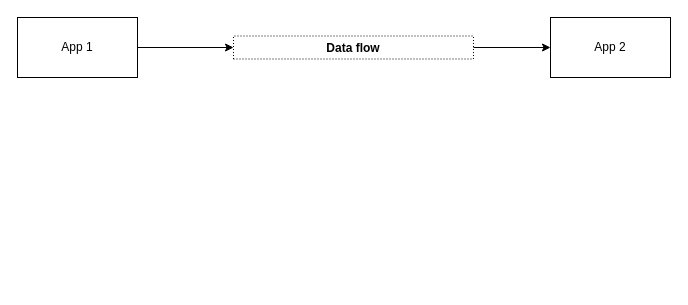
This is Untitled Diagram.drawio from SlavaVedernikov/tshirtmaker, a draw.io file, before an edit. Source tidied: cells renumbered, new cells numbered last; positions are measured from the earlier drawing's top-left corner, leaving out a move shared by most shapes. Both pictures are drawn from the tidied source at 100%, with x=0, y=0 at pixel (17, 17).
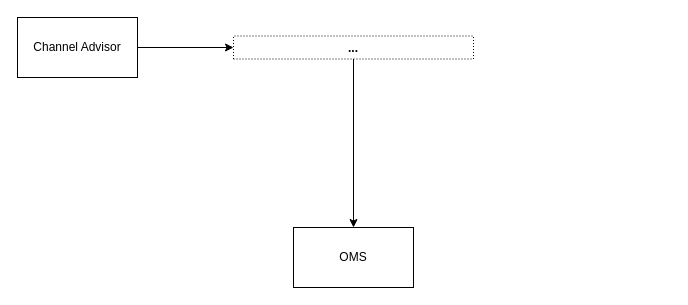
Above is the later version.

Diff of the diagram source:
```diff
@@
 <mxGraphModel>
   <root>
     <mxCell id="0" />
     <mxCell id="1" parent="0" />
     <mxCell id="2" style="edgeStyle=orthogonalEdgeStyle;rounded=0;jettySize=auto;html=1;exitX=1;exitY=0.5;exitDx=0;exitDy=0;entryX=0;entryY=0.5;entryDx=0;entryDy=0;" parent="1" edge="1" source="3" target="4">
       <mxGeometry relative="1" as="geometry" />
     </mxCell>
-    <mxCell id="3" value="App 1" style="rounded=0;whiteSpace=wrap;html=1;" parent="1" vertex="1">
+    <mxCell id="3" value="Channel Advisor" style="rounded=0;whiteSpace=wrap;html=1;" parent="1" vertex="1">
       <mxGeometry width="120" height="60" as="geometry" />
     </mxCell>
-    <mxCell id="4" value="Data flow" style="swimlane;dashed=1;dashPattern=1 2;fillColor=none;" parent="1" vertex="1" collapsed="1">
+    <mxCell id="4" value="..." style="swimlane;dashed=1;dashPattern=1 2;fillColor=none;" parent="1" vertex="1" collapsed="1">
       <mxGeometry x="216" y="18.5" width="240" height="23" as="geometry" />
     </mxCell>
-    <mxCell id="5" value="App 2" style="rounded=0;whiteSpace=wrap;html=1;" parent="1" vertex="1">
-      <mxGeometry x="533" width="120" height="60" as="geometry" />
+    <mxCell id="5" value="OMS" style="rounded=0;whiteSpace=wrap;html=1;" parent="1" vertex="1">
+      <mxGeometry x="276" y="210" width="120" height="60" as="geometry" />
     </mxCell>
-    <mxCell id="6" style="edgeStyle=orthogonalEdgeStyle;rounded=0;jettySize=auto;html=1;entryX=0;entryY=0.5;entryDx=0;entryDy=0;exitX=1;exitY=0.5;exitDx=0;exitDy=0;" parent="1" edge="1" source="4" target="5">
+    <mxCell id="6" style="edgeStyle=orthogonalEdgeStyle;rounded=0;jettySize=auto;html=1;entryX=0.5;entryY=0;entryDx=0;entryDy=0;exitX=0.5;exitY=1;exitDx=0;exitDy=0;" parent="1" edge="1" source="4" target="5">
       <mxGeometry relative="1" as="geometry" />
     </mxCell>
   </root>
 </mxGraphModel>
```
